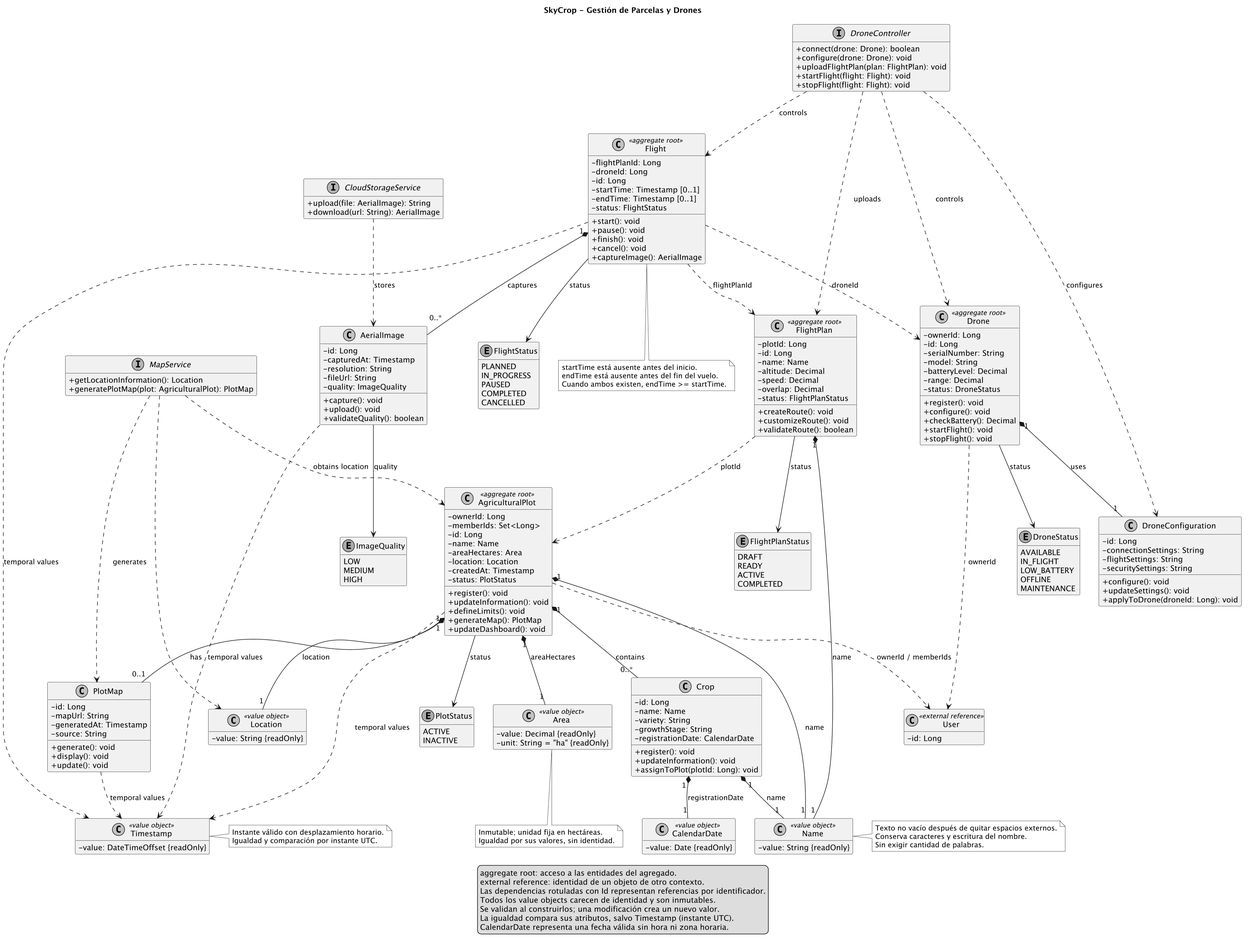
This is resources/imgs/Diagrams/ClassDiagram2-updated.png from upc-GreenTech/skycrop-report, a PlantUML export, as it was before one commit.
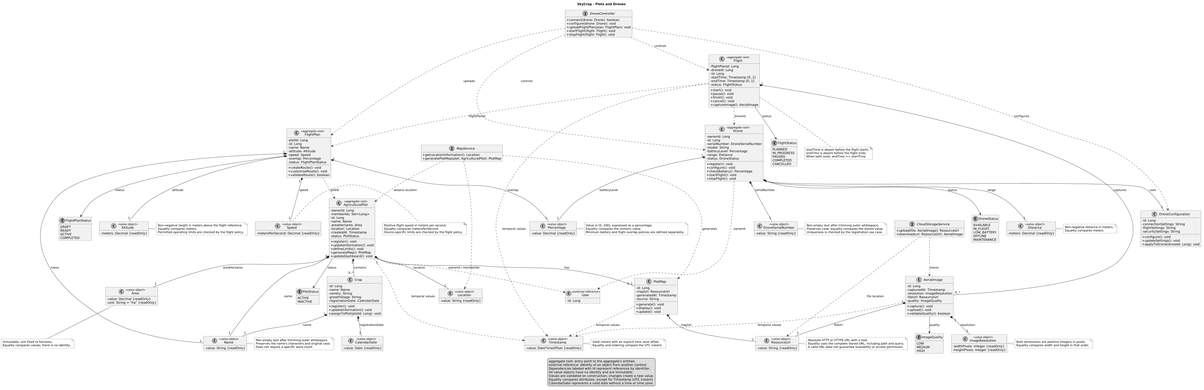
Above is the later version.

Commit message:
feature: model domain measurements and resource references as value objects

Diff of the diagram source:
```diff
@@ -3,17 +3,18 @@
 skinparam shadowing false
 skinparam classAttributeIconSize 0
 skinparam dpi 150
+scale max 2200 width
 hide empty members
 legend bottom
-aggregate root: acceso a las entidades del agregado.
-external reference: identidad de un objeto de otro contexto.
-Las dependencias rotuladas con Id representan referencias por identificador.
-Todos los value objects carecen de identidad y son inmutables.
-Se validan al construirlos; una modificación crea un nuevo valor.
-La igualdad compara sus atributos, salvo Timestamp (instante UTC).
-CalendarDate representa una fecha válida sin hora ni zona horaria.
+aggregate root: entry point to the aggregate's entities.
+external reference: identity of an object from another context.
+Dependencies labeled with Id represent references by identifier.
+All value objects have no identity and are immutable.
+Values are validated on construction; changes create a new value.
+Equality compares attributes, except for Timestamp (UTC instant).
+CalendarDate represents a valid date without a time or time zone.
 endlegend
-title SkyCrop - Gestión de Parcelas y Drones
+title SkyCrop - Plots and Drones
 class User <<external reference>> {
 -id: Long
 }
@@ -49,7 +50,7 @@
 }
 class PlotMap  {
 -id: Long
--mapUrl: String
+-mapUrl: ResourceUrl
 -generatedAt: Timestamp
 -source: String
 +generate(): void
@@ -60,9 +61,9 @@
 -plotId: Long
 -id: Long
 -name: Name
--altitude: Decimal
--speed: Decimal
--overlap: Decimal
+-altitude: Altitude
+-speed: Speed
+-overlap: Percentage
 -status: FlightPlanStatus
 +createRoute(): void
 +customizeRoute(): void
@@ -71,14 +72,14 @@
 class Drone <<aggregate root>> {
 -ownerId: Long
 -id: Long
--serialNumber: String
+-serialNumber: DroneSerialNumber
 -model: String
--batteryLevel: Decimal
--range: Decimal
+-batteryLevel: Percentage
+-range: Distance
 -status: DroneStatus
 +register(): void
 +configure(): void
-+checkBattery(): Decimal
++checkBattery(): Percentage
 +startFlight(): void
 +stopFlight(): void
 }
@@ -115,8 +116,8 @@
 class AerialImage  {
 -id: Long
 -capturedAt: Timestamp
--resolution: String
--fileUrl: String
+-resolution: ImageResolution
+-fileUrl: ResourceUrl
 -quality: ImageQuality
 +capture(): void
 +upload(): void
@@ -124,8 +125,8 @@
 }
 interface CloudStorageService  {
 
-+upload(file: AerialImage): String
-+download(url: String): AerialImage
++upload(file: AerialImage): ResourceUrl
++download(url: ResourceUrl): AerialImage
 }
 enum PlotStatus {
 ACTIVE
@@ -190,23 +191,23 @@
 CloudStorageService ..> AerialImage : stores
 AerialImage --> ImageQuality : quality
 note bottom of Area
-Inmutable; unidad fija en hectáreas.
-Igualdad por sus valores, sin identidad.
+Immutable; unit fixed to hectares.
+Equality compares values; there is no identity.
 end note
 class Name <<value object>> {
 -value: String {readOnly}
 }
 note right of Name
-Texto no vacío después de quitar espacios externos.
-Conserva caracteres y escritura del nombre.
-Sin exigir cantidad de palabras.
+Non-empty text after trimming outer whitespace.
+Preserves the name's characters and original case.
+Does not require a specific word count.
 end note
 class Timestamp <<value object>> {
 -value: DateTimeOffset {readOnly}
 }
 note right of Timestamp
-Instante válido con desplazamiento horario.
-Igualdad y comparación por instante UTC.
+Valid instant with an explicit time zone offset.
+Equality and ordering compare the UTC instant.
 end note
 AgriculturalPlot "1" *-- "1" Name : name
 Crop "1" *-- "1" Name : name
@@ -220,8 +221,73 @@
 }
 Crop "1" *-- "1" CalendarDate : registrationDate
 note bottom of Flight
-startTime está ausente antes del inicio.
-endTime está ausente antes del fin del vuelo.
-Cuando ambos existen, endTime >= startTime.
+startTime is absent before the flight starts.
+endTime is absent before the flight ends.
+When both exist, endTime >= startTime.
 end note
+class Altitude <<value object>> {
+-meters: Decimal {readOnly}
+}
+note right of Altitude
+Non-negative height in meters above the flight reference.
+Equality compares meters.
+Permitted operating limits are checked by the flight policy.
+end note
+class Speed <<value object>> {
+-metersPerSecond: Decimal {readOnly}
+}
+note right of Speed
+Positive flight speed in meters per second.
+Equality compares metersPerSecond.
+Device-specific limits are checked by the flight policy.
+end note
+class Distance <<value object>> {
+-meters: Decimal {readOnly}
+}
+note right of Distance
+Non-negative distance in meters.
+Equality compares meters.
+end note
+class Percentage <<value object>> {
+-value: Decimal {readOnly}
+}
+note right of Percentage
+Value in [0, 100], expressed as a percentage.
+Equality compares the numeric value.
+Minimum battery and flight overlap policies are defined separately.
+end note
+class DroneSerialNumber <<value object>> {
+-value: String {readOnly}
+}
+note right of DroneSerialNumber
+Non-empty text after trimming outer whitespace.
+Preserves case; equality compares the stored value.
+Uniqueness is checked by the registration use case.
+end note
+class ImageResolution <<value object>> {
+-widthPixels: Integer {readOnly}
+-heightPixels: Integer {readOnly}
+}
+note right of ImageResolution
+Both dimensions are positive integers in pixels.
+Equality compares width and height in that order.
+end note
+class ResourceUrl <<value object>> {
+-value: String {readOnly}
+}
+note right of ResourceUrl
+Absolute HTTP or HTTPS URL with a host.
+Equality uses the complete stored URL, including path and query.
+A valid URL does not guarantee availability or access permission.
+end note
+FlightPlan "1" *-- "1" Altitude : altitude
+FlightPlan "1" *-- "1" Speed : speed
+FlightPlan "1" *-- "1" Percentage : overlap
+Drone "1" *-- "1" Percentage : batteryLevel
+Drone "1" *-- "1" Distance : range
+Drone "1" *-- "1" DroneSerialNumber : serialNumber
+AerialImage "1" *-- "1" ImageResolution : resolution
+AerialImage "1" *-- "1" ResourceUrl : fileUrl
+PlotMap "1" *-- "1" ResourceUrl : mapUrl
+CloudStorageService ..> ResourceUrl : file location
 @enduml
```
